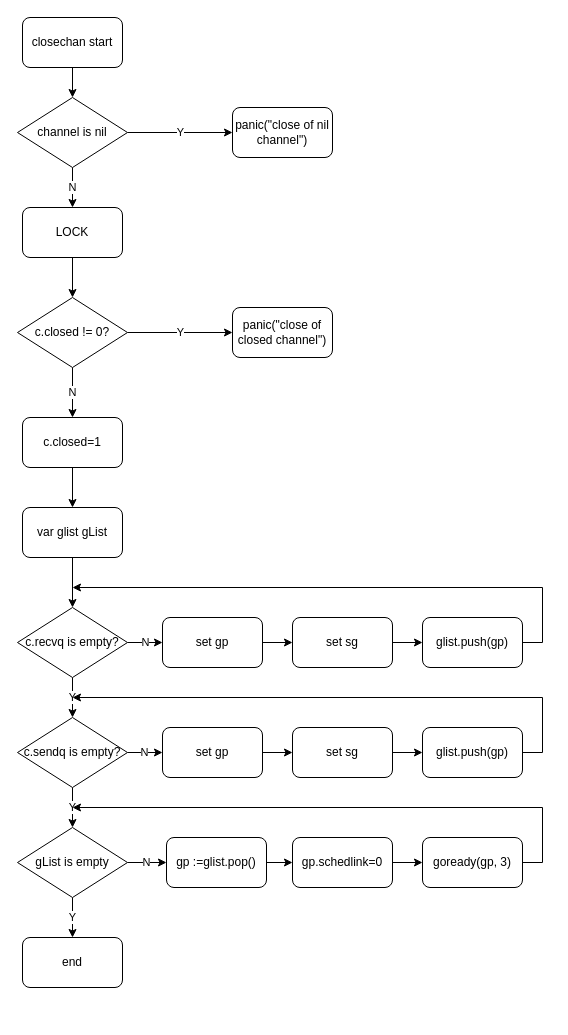
Above: go_channel/chanclosed.drawio in dogslee/draw (draw.io), before the change. Source tidied: cells renumbered, new cells numbered last; positions are measured from the earlier drawing's top-left corner, leaving out a move shared by most shapes. Both pictures are drawn from the tidied source at 100%, with x=0, y=0 at pixel (17, 17).
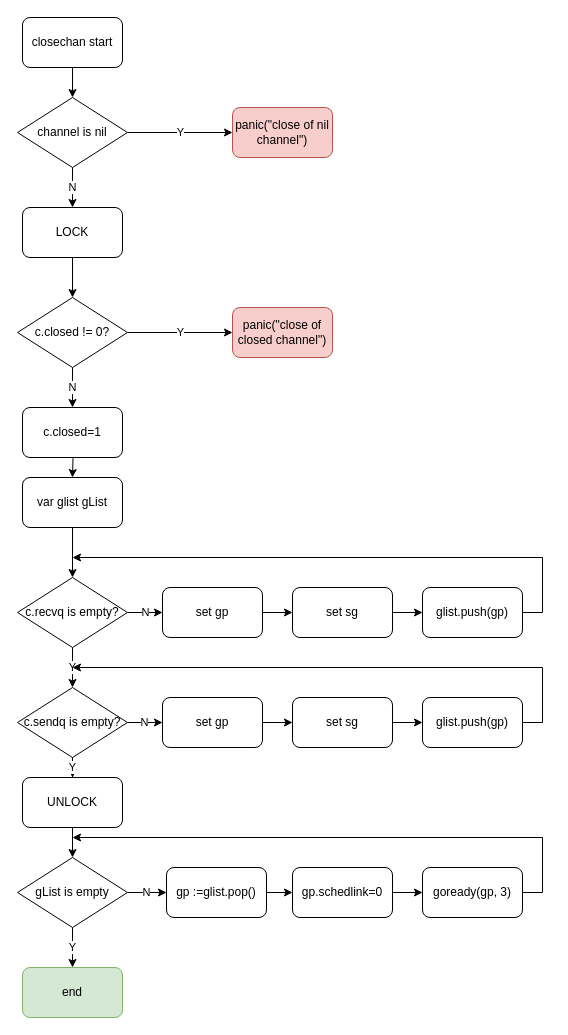
The same diagram, later.

What changed in the source:
```diff
@@
-    <mxCell id="7" value="panic(&quot;close of nil channel&quot;)" style="rounded=1;whiteSpace=wrap;html=1;" parent="1" vertex="1">
+    <mxCell id="7" value="panic(&quot;close of nil channel&quot;)" style="rounded=1;whiteSpace=wrap;html=1;fillColor=#f8cecc;strokeColor=#b85450;" parent="1" vertex="1">
       <mxGeometry x="215" y="90" width="100" height="50" as="geometry" />
     </mxCell>
@@
-    <mxCell id="13" style="edgeStyle=orthogonalEdgeStyle;rounded=0;jettySize=auto;html=1;" parent="1" edge="1" source="14" target="16">
-      <mxGeometry relative="1" as="geometry" />
+    <mxCell id="13" style="edgeStyle=orthogonalEdgeStyle;rounded=0;jettySize=auto;html=1;" parent="1" edge="1" target="16">
+      <mxGeometry relative="1" as="geometry">
+        <mxPoint x="55" y="420" as="sourcePoint" />
+      </mxGeometry>
     </mxCell>
     <mxCell id="14" value="c.closed=1" style="rounded=1;whiteSpace=wrap;html=1;" parent="1" vertex="1">
-      <mxGeometry x="5" y="400" width="100" height="50" as="geometry" />
+      <mxGeometry x="5" y="390" width="100" height="50" as="geometry" />
     </mxCell>
@@
     <mxCell id="16" value="var glist gList" style="rounded=1;whiteSpace=wrap;html=1;" parent="1" vertex="1">
-      <mxGeometry x="5" y="490" width="100" height="50" as="geometry" />
+      <mxGeometry x="5" y="460" width="100" height="50" as="geometry" />
     </mxCell>
-    <mxCell id="17" value="panic(&quot;close of closed channel&quot;)" style="rounded=1;whiteSpace=wrap;html=1;" parent="1" vertex="1">
+    <mxCell id="17" value="panic(&quot;close of closed channel&quot;)" style="rounded=1;whiteSpace=wrap;html=1;fillColor=#f8cecc;strokeColor=#b85450;" parent="1" vertex="1">
       <mxGeometry x="215" y="290" width="100" height="50" as="geometry" />
     </mxCell>
     <mxCell id="18" value="N" style="edgeStyle=orthogonalEdgeStyle;rounded=0;jettySize=auto;html=1;entryX=0;entryY=0.5;entryDx=0;entryDy=0;" parent="1" edge="1" source="20">
       <mxGeometry relative="1" as="geometry">
-        <mxPoint x="145" y="625" as="targetPoint" />
+        <mxPoint x="145" y="595" as="targetPoint" />
       </mxGeometry>
     </mxCell>
@@
     <mxCell id="20" value="c.recvq is empty?" style="rhombus;whiteSpace=wrap;html=1;" parent="1" vertex="1">
-      <mxGeometry y="590" width="110" height="70" as="geometry" />
+      <mxGeometry y="560" width="110" height="70" as="geometry" />
     </mxCell>
@@
     <mxCell id="22" value="set gp" style="rounded=1;whiteSpace=wrap;html=1;" parent="1" vertex="1">
-      <mxGeometry x="145" y="600" width="100" height="50" as="geometry" />
+      <mxGeometry x="145" y="570" width="100" height="50" as="geometry" />
     </mxCell>
@@
     <mxCell id="24" value="set sg" style="rounded=1;whiteSpace=wrap;html=1;" parent="1" vertex="1">
-      <mxGeometry x="275" y="600" width="100" height="50" as="geometry" />
+      <mxGeometry x="275" y="570" width="100" height="50" as="geometry" />
     </mxCell>
     <mxCell id="25" style="edgeStyle=orthogonalEdgeStyle;rounded=0;jettySize=auto;html=1;" parent="1" edge="1" source="26">
       <mxGeometry relative="1" as="geometry">
-        <mxPoint x="55" y="570" as="targetPoint" />
+        <mxPoint x="55" y="540" as="targetPoint" />
         <Array as="points">
-          <mxPoint x="525" y="625" />
-          <mxPoint x="525" y="570" />
+          <mxPoint x="525" y="595" />
+          <mxPoint x="525" y="540" />
         </Array>
       </mxGeometry>
     </mxCell>
     <mxCell id="26" value="glist.push(gp)" style="rounded=1;whiteSpace=wrap;html=1;" parent="1" vertex="1">
-      <mxGeometry x="405" y="600" width="100" height="50" as="geometry" />
+      <mxGeometry x="405" y="570" width="100" height="50" as="geometry" />
     </mxCell>
@@
-    <mxCell id="28" value="Y" style="edgeStyle=orthogonalEdgeStyle;rounded=0;jettySize=auto;html=1;" parent="1" edge="1" source="29" target="38">
+    <mxCell id="28" value="Y" style="edgeStyle=orthogonalEdgeStyle;rounded=0;jettySize=auto;html=1;" parent="1" edge="1" source="29" target="47">
       <mxGeometry relative="1" as="geometry" />
     </mxCell>
     <mxCell id="29" value="c.sendq is empty?" style="rhombus;whiteSpace=wrap;html=1;" parent="1" vertex="1">
-      <mxGeometry y="700" width="110" height="70" as="geometry" />
+      <mxGeometry y="670" width="110" height="70" as="geometry" />
     </mxCell>
@@
     <mxCell id="31" value="set gp" style="rounded=1;whiteSpace=wrap;html=1;" parent="1" vertex="1">
-      <mxGeometry x="145" y="710" width="100" height="50" as="geometry" />
+      <mxGeometry x="145" y="680" width="100" height="50" as="geometry" />
     </mxCell>
@@
     <mxCell id="33" value="set sg" style="rounded=1;whiteSpace=wrap;html=1;" parent="1" vertex="1">
-      <mxGeometry x="275" y="710" width="100" height="50" as="geometry" />
+      <mxGeometry x="275" y="680" width="100" height="50" as="geometry" />
     </mxCell>
     <mxCell id="34" style="edgeStyle=orthogonalEdgeStyle;rounded=0;jettySize=auto;html=1;" parent="1" edge="1" source="35">
       <mxGeometry relative="1" as="geometry">
-        <mxPoint x="55" y="680" as="targetPoint" />
+        <mxPoint x="55" y="650" as="targetPoint" />
         <Array as="points">
-          <mxPoint x="525" y="735" />
-          <mxPoint x="525" y="680" />
+          <mxPoint x="525" y="705" />
+          <mxPoint x="525" y="650" />
         </Array>
       </mxGeometry>
     </mxCell>
     <mxCell id="35" value="glist.push(gp)" style="rounded=1;whiteSpace=wrap;html=1;" parent="1" vertex="1">
-      <mxGeometry x="405" y="710" width="100" height="50" as="geometry" />
+      <mxGeometry x="405" y="680" width="100" height="50" as="geometry" />
     </mxCell>
@@
     <mxCell id="38" value="gList is empty" style="rhombus;whiteSpace=wrap;html=1;" parent="1" vertex="1">
-      <mxGeometry y="810" width="110" height="70" as="geometry" />
+      <mxGeometry y="840" width="110" height="70" as="geometry" />
     </mxCell>
@@
     <mxCell id="40" value="gp :=glist.pop()" style="rounded=1;whiteSpace=wrap;html=1;" parent="1" vertex="1">
-      <mxGeometry x="149" y="820" width="100" height="50" as="geometry" />
+      <mxGeometry x="149" y="850" width="100" height="50" as="geometry" />
     </mxCell>
@@
     <mxCell id="42" value="gp.schedlink=0" style="rounded=1;whiteSpace=wrap;html=1;" parent="1" vertex="1">
-      <mxGeometry x="275" y="820" width="100" height="50" as="geometry" />
+      <mxGeometry x="275" y="850" width="100" height="50" as="geometry" />
     </mxCell>
     <mxCell id="43" style="edgeStyle=orthogonalEdgeStyle;rounded=0;jettySize=auto;html=1;" parent="1" edge="1" source="44">
       <mxGeometry relative="1" as="geometry">
-        <mxPoint x="55" y="790" as="targetPoint" />
+        <mxPoint x="55" y="820" as="targetPoint" />
         <Array as="points">
-          <mxPoint x="525" y="845" />
-          <mxPoint x="525" y="790" />
+          <mxPoint x="525" y="875" />
+          <mxPoint x="525" y="820" />
         </Array>
       </mxGeometry>
     </mxCell>
     <mxCell id="44" value="goready(gp, 3)" style="rounded=1;whiteSpace=wrap;html=1;" parent="1" vertex="1">
-      <mxGeometry x="405" y="820" width="100" height="50" as="geometry" />
+      <mxGeometry x="405" y="850" width="100" height="50" as="geometry" />
     </mxCell>
-    <mxCell id="45" value="end" style="rounded=1;whiteSpace=wrap;html=1;" parent="1" vertex="1">
-      <mxGeometry x="5" y="920" width="100" height="50" as="geometry" />
+    <mxCell id="45" value="end" style="rounded=1;whiteSpace=wrap;html=1;fillColor=#d5e8d4;strokeColor=#82b366;" parent="1" vertex="1">
+      <mxGeometry x="5" y="950" width="100" height="50" as="geometry" />
     </mxCell>
+    <mxCell id="46" style="edgeStyle=orthogonalEdgeStyle;rounded=0;jettySize=auto;html=1;" parent="1" edge="1" source="47" target="38">
+      <mxGeometry relative="1" as="geometry" />
+    </mxCell>
+    <mxCell id="47" value="UNLOCK" style="rounded=1;whiteSpace=wrap;html=1;" parent="1" vertex="1">
+      <mxGeometry x="5" y="760" width="100" height="50" as="geometry" />
+    </mxCell>
```
